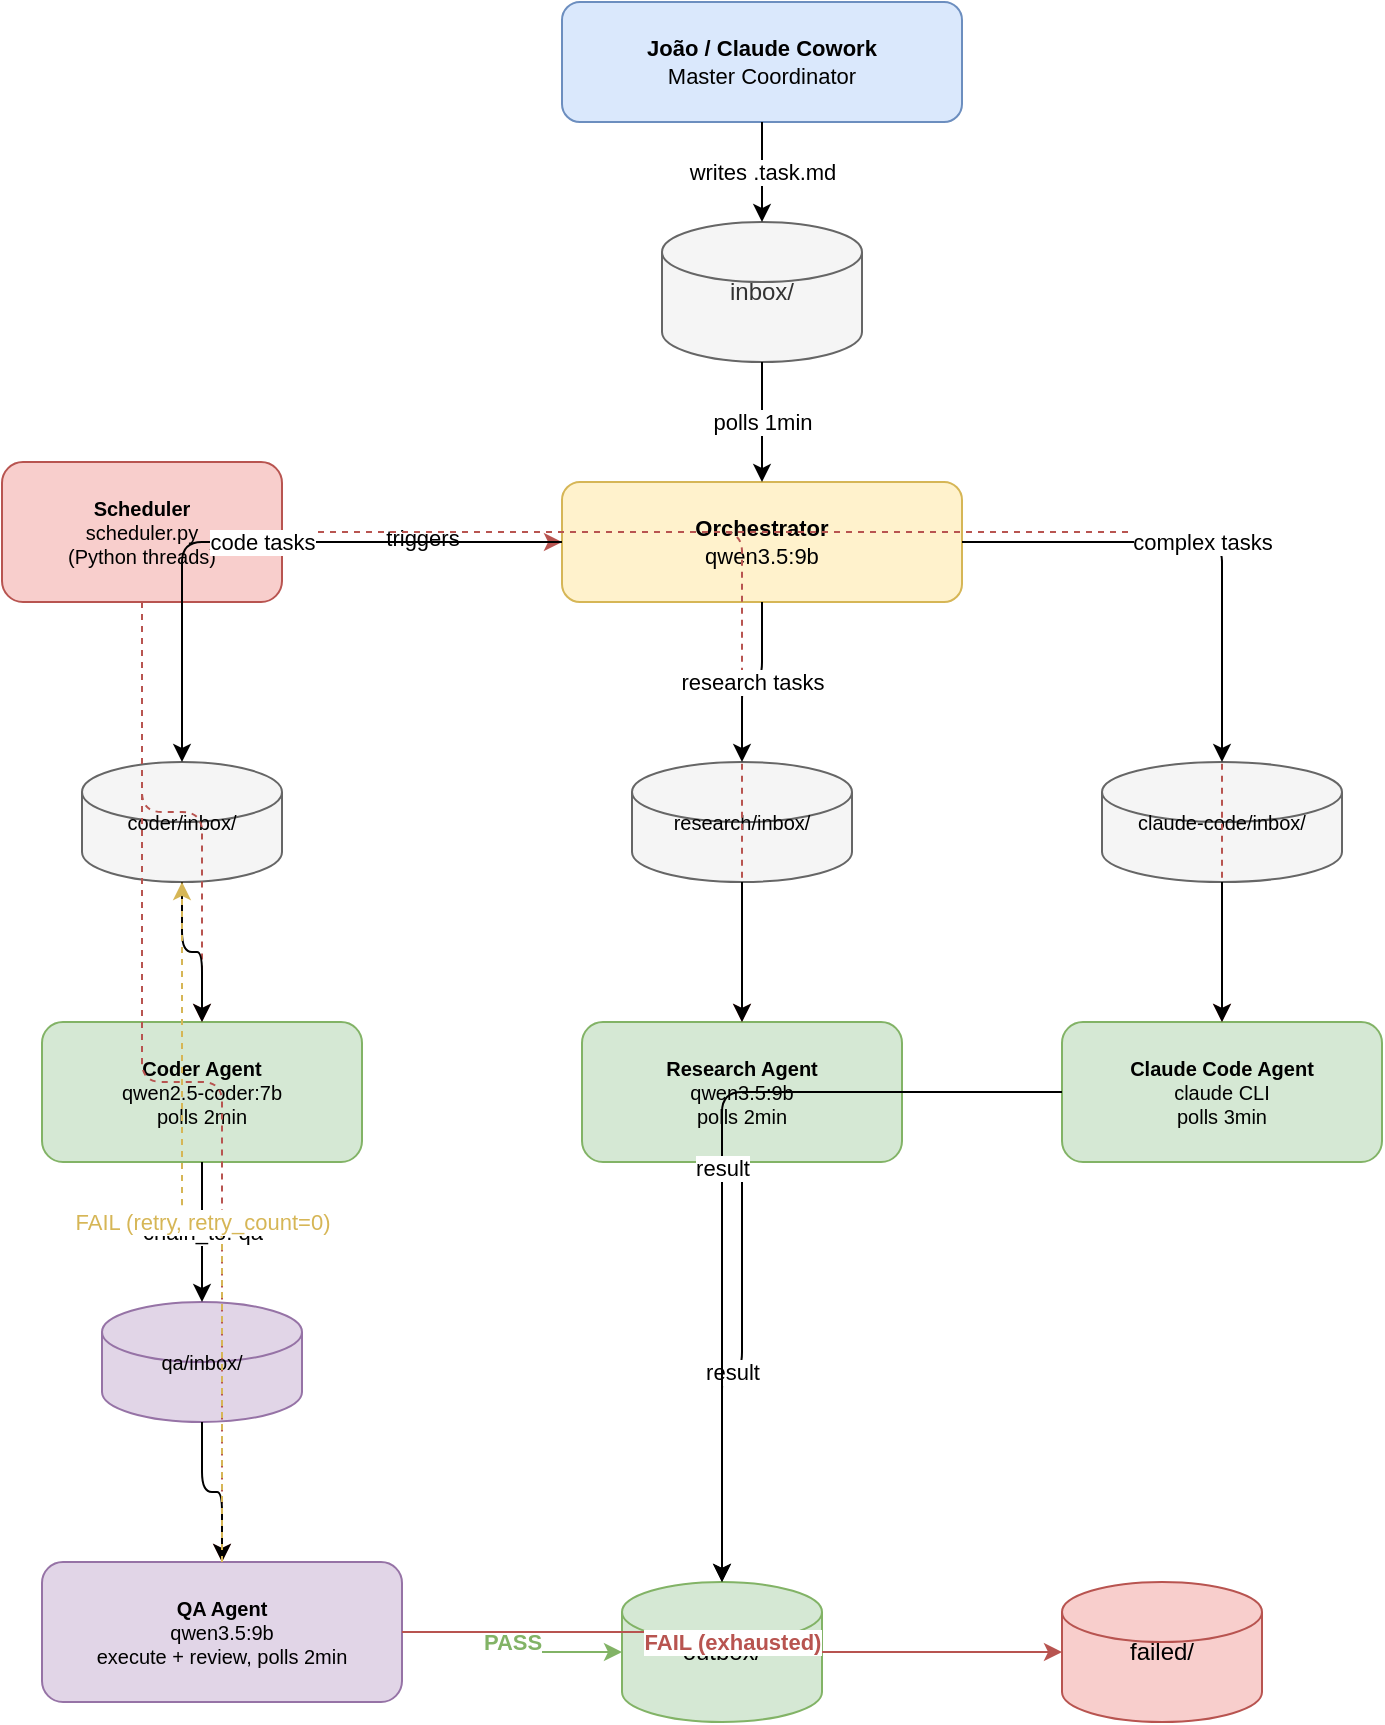
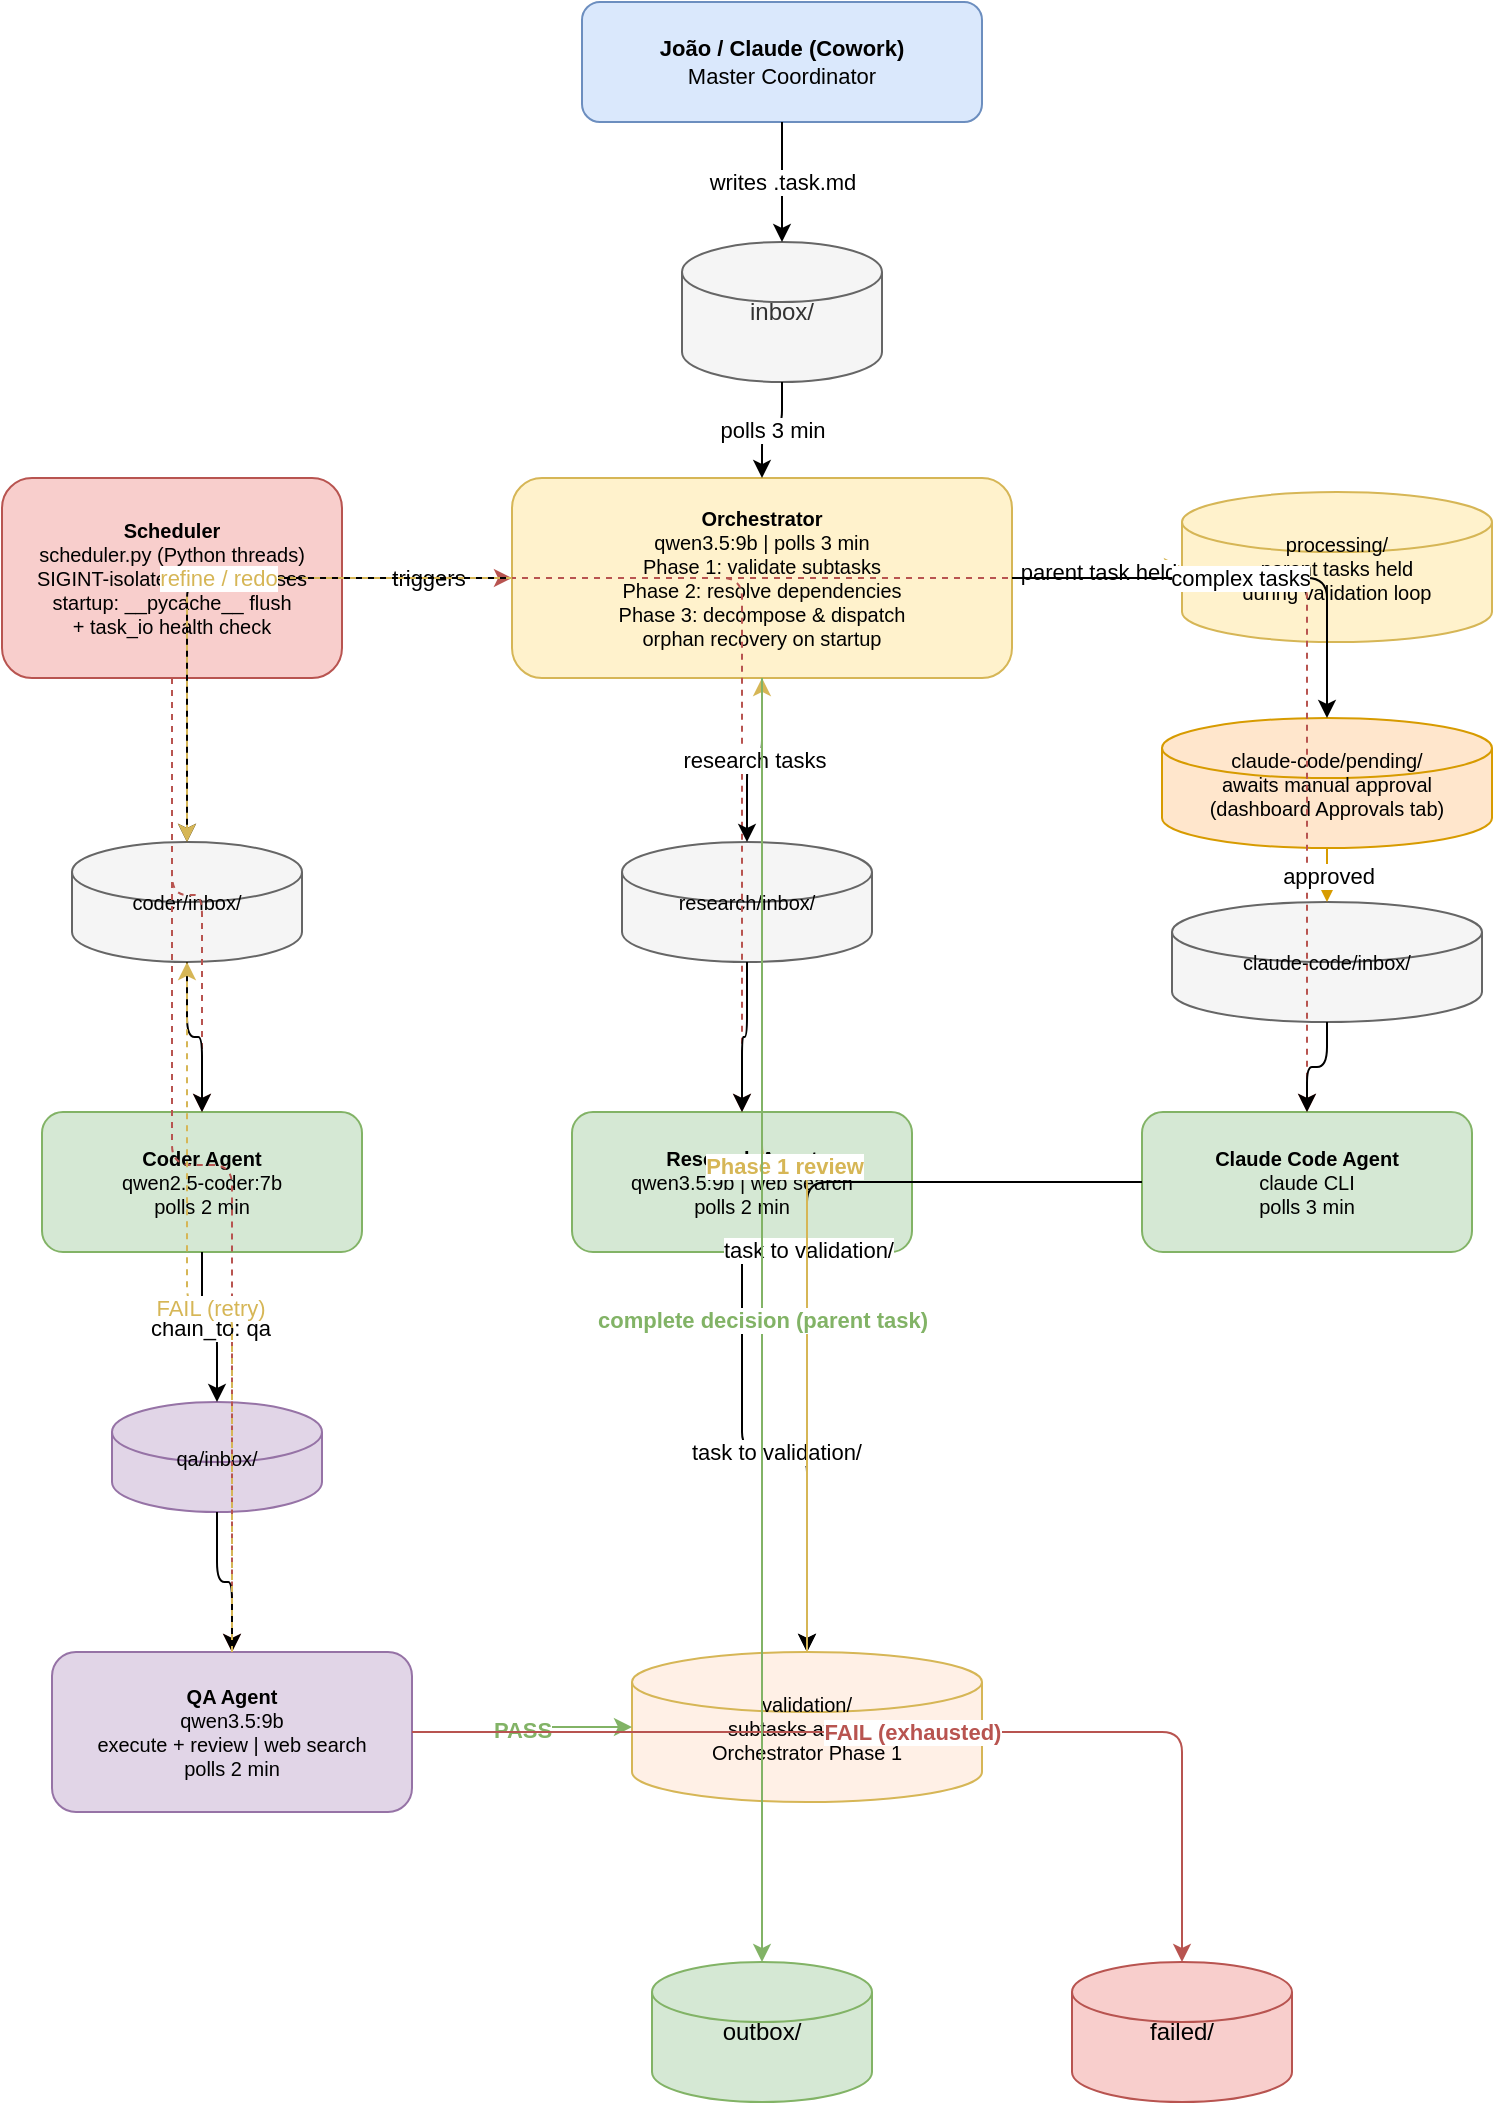
<mxfile>
  <diagram name="System Architecture" id="arch">
    <mxGraphModel adaptiveColors="auto">
      <root>
        <mxCell id="0"/>
        <mxCell id="1" parent="0"/>

-         <mxCell id="joao" value="&lt;b&gt;João / Claude Cowork&lt;/b&gt;&lt;br&gt;Master Coordinator" style="rounded=1;whiteSpace=wrap;html=1;fillColor=#dae8fc;strokeColor=#6c8ebf;fontSize=11;" vertex="1" parent="1">
+         <mxCell id="joao" value="&lt;b&gt;João / Claude (Cowork)&lt;/b&gt;&lt;br&gt;Master Coordinator" style="rounded=1;whiteSpace=wrap;html=1;fillColor=#dae8fc;strokeColor=#6c8ebf;fontSize=11;" vertex="1" parent="1">
          <mxGeometry x="320" y="40" width="200" height="60" as="geometry"/>
        </mxCell>

        <mxCell id="inbox" value="inbox/" style="shape=cylinder3;whiteSpace=wrap;html=1;fillColor=#f5f5f5;strokeColor=#666666;fontColor=#333333;" vertex="1" parent="1">
-           <mxGeometry x="370" y="150" width="100" height="70" as="geometry"/>
+           <mxGeometry x="370" y="160" width="100" height="70" as="geometry"/>
        </mxCell>

-         <mxCell id="orch" value="&lt;b&gt;Orchestrator&lt;/b&gt;&lt;br&gt;qwen3.5:9b" style="rounded=1;whiteSpace=wrap;html=1;fillColor=#fff2cc;strokeColor=#d6b656;fontSize=11;" vertex="1" parent="1">
-           <mxGeometry x="320" y="280" width="200" height="60" as="geometry"/>
+         <mxCell id="sched" value="&lt;b&gt;Scheduler&lt;/b&gt;&lt;br&gt;scheduler.py (Python threads)&lt;br&gt;SIGINT-isolated subprocesses&lt;br&gt;startup: __pycache__ flush&lt;br&gt;+ task_io health check" style="rounded=1;whiteSpace=wrap;html=1;fillColor=#f8cecc;strokeColor=#b85450;fontSize=10;" vertex="1" parent="1">
+           <mxGeometry x="30" y="278" width="170" height="100" as="geometry"/>
        </mxCell>

-         <mxCell id="sched" value="&lt;b&gt;Scheduler&lt;/b&gt;&lt;br&gt;scheduler.py&lt;br&gt;(Python threads)" style="rounded=1;whiteSpace=wrap;html=1;fillColor=#f8cecc;strokeColor=#b85450;fontSize=10;" vertex="1" parent="1">
-           <mxGeometry x="40" y="270" width="140" height="70" as="geometry"/>
+         <mxCell id="orch" value="&lt;b&gt;Orchestrator&lt;/b&gt;&lt;br&gt;qwen3.5:9b | polls 3 min&lt;br&gt;Phase 1: validate subtasks&lt;br&gt;Phase 2: resolve dependencies&lt;br&gt;Phase 3: decompose &amp;amp; dispatch&lt;br&gt;orphan recovery on startup" style="rounded=1;whiteSpace=wrap;html=1;fillColor=#fff2cc;strokeColor=#d6b656;fontSize=10;" vertex="1" parent="1">
+           <mxGeometry x="285" y="278" width="250" height="100" as="geometry"/>
+         </mxCell>
+ 
+         <mxCell id="processing" value="processing/&lt;br&gt;parent tasks held&lt;br&gt;during validation loop" style="shape=cylinder3;whiteSpace=wrap;html=1;fillColor=#fff2cc;strokeColor=#d6b656;fontSize=10;" vertex="1" parent="1">
+           <mxGeometry x="620" y="285" width="155" height="75" as="geometry"/>
        </mxCell>

        <mxCell id="coder_inbox" value="coder/inbox/" style="shape=cylinder3;whiteSpace=wrap;html=1;fillColor=#f5f5f5;strokeColor=#666666;fontSize=10;" vertex="1" parent="1">
-           <mxGeometry x="80" y="420" width="100" height="60" as="geometry"/>
+           <mxGeometry x="65" y="460" width="115" height="60" as="geometry"/>
        </mxCell>

        <mxCell id="res_inbox" value="research/inbox/" style="shape=cylinder3;whiteSpace=wrap;html=1;fillColor=#f5f5f5;strokeColor=#666666;fontSize=10;" vertex="1" parent="1">
-           <mxGeometry x="355" y="420" width="110" height="60" as="geometry"/>
+           <mxGeometry x="340" y="460" width="125" height="60" as="geometry"/>
+         </mxCell>
+ 
+         <mxCell id="pending" value="claude-code/pending/&lt;br&gt;awaits manual approval&lt;br&gt;(dashboard Approvals tab)" style="shape=cylinder3;whiteSpace=wrap;html=1;fillColor=#ffe6cc;strokeColor=#d79b00;fontSize=10;" vertex="1" parent="1">
+           <mxGeometry x="610" y="398" width="165" height="65" as="geometry"/>
        </mxCell>

        <mxCell id="cc_inbox" value="claude-code/inbox/" style="shape=cylinder3;whiteSpace=wrap;html=1;fillColor=#f5f5f5;strokeColor=#666666;fontSize=10;" vertex="1" parent="1">
-           <mxGeometry x="590" y="420" width="120" height="60" as="geometry"/>
+           <mxGeometry x="615" y="490" width="155" height="60" as="geometry"/>
        </mxCell>

-         <mxCell id="coder" value="&lt;b&gt;Coder Agent&lt;/b&gt;&lt;br&gt;qwen2.5-coder:7b&lt;br&gt;polls 2min" style="rounded=1;whiteSpace=wrap;html=1;fillColor=#d5e8d4;strokeColor=#82b366;fontSize=10;" vertex="1" parent="1">
-           <mxGeometry x="60" y="550" width="160" height="70" as="geometry"/>
+         <mxCell id="coder" value="&lt;b&gt;Coder Agent&lt;/b&gt;&lt;br&gt;qwen2.5-coder:7b&lt;br&gt;polls 2 min" style="rounded=1;whiteSpace=wrap;html=1;fillColor=#d5e8d4;strokeColor=#82b366;fontSize=10;" vertex="1" parent="1">
+           <mxGeometry x="50" y="595" width="160" height="70" as="geometry"/>
        </mxCell>

-         <mxCell id="research" value="&lt;b&gt;Research Agent&lt;/b&gt;&lt;br&gt;qwen3.5:9b&lt;br&gt;polls 2min" style="rounded=1;whiteSpace=wrap;html=1;fillColor=#d5e8d4;strokeColor=#82b366;fontSize=10;" vertex="1" parent="1">
-           <mxGeometry x="330" y="550" width="160" height="70" as="geometry"/>
+         <mxCell id="research" value="&lt;b&gt;Research Agent&lt;/b&gt;&lt;br&gt;qwen3.5:9b | web search&lt;br&gt;polls 2 min" style="rounded=1;whiteSpace=wrap;html=1;fillColor=#d5e8d4;strokeColor=#82b366;fontSize=10;" vertex="1" parent="1">
+           <mxGeometry x="315" y="595" width="170" height="70" as="geometry"/>
        </mxCell>

-         <mxCell id="cc" value="&lt;b&gt;Claude Code Agent&lt;/b&gt;&lt;br&gt;claude CLI&lt;br&gt;polls 3min" style="rounded=1;whiteSpace=wrap;html=1;fillColor=#d5e8d4;strokeColor=#82b366;fontSize=10;" vertex="1" parent="1">
-           <mxGeometry x="570" y="550" width="160" height="70" as="geometry"/>
+         <mxCell id="cc" value="&lt;b&gt;Claude Code Agent&lt;/b&gt;&lt;br&gt;claude CLI&lt;br&gt;polls 3 min" style="rounded=1;whiteSpace=wrap;html=1;fillColor=#d5e8d4;strokeColor=#82b366;fontSize=10;" vertex="1" parent="1">
+           <mxGeometry x="600" y="595" width="165" height="70" as="geometry"/>
        </mxCell>

        <mxCell id="qa_inbox" value="qa/inbox/" style="shape=cylinder3;whiteSpace=wrap;html=1;fillColor=#e1d5e7;strokeColor=#9673a6;fontSize=10;" vertex="1" parent="1">
-           <mxGeometry x="90" y="690" width="100" height="60" as="geometry"/>
+           <mxGeometry x="85" y="740" width="105" height="55" as="geometry"/>
        </mxCell>

-         <mxCell id="qa" value="&lt;b&gt;QA Agent&lt;/b&gt;&lt;br&gt;qwen3.5:9b&lt;br&gt;execute + review, polls 2min" style="rounded=1;whiteSpace=wrap;html=1;fillColor=#e1d5e7;strokeColor=#9673a6;fontSize=10;" vertex="1" parent="1">
-           <mxGeometry x="60" y="820" width="180" height="70" as="geometry"/>
+         <mxCell id="qa" value="&lt;b&gt;QA Agent&lt;/b&gt;&lt;br&gt;qwen3.5:9b&lt;br&gt;execute + review | web search&lt;br&gt;polls 2 min" style="rounded=1;whiteSpace=wrap;html=1;fillColor=#e1d5e7;strokeColor=#9673a6;fontSize=10;" vertex="1" parent="1">
+           <mxGeometry x="55" y="865" width="180" height="80" as="geometry"/>
+         </mxCell>
+ 
+         <mxCell id="validation" value="validation/&lt;br&gt;subtasks awaiting&lt;br&gt;Orchestrator Phase 1" style="shape=cylinder3;whiteSpace=wrap;html=1;fillColor=#fff0e6;strokeColor=#d6b656;fontSize=10;" vertex="1" parent="1">
+           <mxGeometry x="345" y="865" width="175" height="75" as="geometry"/>
        </mxCell>

        <mxCell id="outbox" value="outbox/" style="shape=cylinder3;whiteSpace=wrap;html=1;fillColor=#d5e8d4;strokeColor=#82b366;" vertex="1" parent="1">
-           <mxGeometry x="350" y="830" width="100" height="70" as="geometry"/>
+           <mxGeometry x="355" y="1020" width="110" height="70" as="geometry"/>
        </mxCell>

        <mxCell id="failed" value="failed/" style="shape=cylinder3;whiteSpace=wrap;html=1;fillColor=#f8cecc;strokeColor=#b85450;" vertex="1" parent="1">
-           <mxGeometry x="570" y="830" width="100" height="70" as="geometry"/>
+           <mxGeometry x="565" y="1020" width="110" height="70" as="geometry"/>
        </mxCell>

        <mxCell id="e_joao_inbox" value="writes .task.md" style="edgeStyle=orthogonalEdgeStyle;html=1;" edge="1" source="joao" target="inbox" parent="1">
          <mxGeometry relative="1" as="geometry"/>
        </mxCell>

-         <mxCell id="e_inbox_orch" value="polls 1min" style="edgeStyle=orthogonalEdgeStyle;html=1;" edge="1" source="inbox" target="orch" parent="1">
+         <mxCell id="e_inbox_orch" value="polls 3 min" style="edgeStyle=orthogonalEdgeStyle;html=1;" edge="1" source="inbox" target="orch" parent="1">
+           <mxGeometry relative="1" as="geometry"/>
+         </mxCell>
+ 
+         <mxCell id="e_orch_proc" value="parent task held" style="edgeStyle=orthogonalEdgeStyle;html=1;strokeColor=#d6b656;" edge="1" source="orch" target="processing" parent="1">
          <mxGeometry relative="1" as="geometry"/>
        </mxCell>

        <mxCell id="e_sched_orch" value="triggers" style="edgeStyle=orthogonalEdgeStyle;html=1;dashed=1;strokeColor=#b85450;" edge="1" source="sched" target="orch" parent="1">
          <mxGeometry relative="1" as="geometry"/>
        </mxCell>

        <mxCell id="e_sched_coder" value="" style="edgeStyle=orthogonalEdgeStyle;html=1;dashed=1;strokeColor=#b85450;" edge="1" source="sched" target="coder" parent="1">
          <mxGeometry relative="1" as="geometry"/>
        </mxCell>

        <mxCell id="e_sched_res" value="" style="edgeStyle=orthogonalEdgeStyle;html=1;dashed=1;strokeColor=#b85450;" edge="1" source="sched" target="research" parent="1">
          <mxGeometry relative="1" as="geometry"/>
        </mxCell>

        <mxCell id="e_sched_cc" value="" style="edgeStyle=orthogonalEdgeStyle;html=1;dashed=1;strokeColor=#b85450;" edge="1" source="sched" target="cc" parent="1">
          <mxGeometry relative="1" as="geometry"/>
        </mxCell>

        <mxCell id="e_sched_qa" value="" style="edgeStyle=orthogonalEdgeStyle;html=1;dashed=1;strokeColor=#b85450;" edge="1" source="sched" target="qa" parent="1">
          <mxGeometry relative="1" as="geometry"/>
        </mxCell>

        <mxCell id="e_orch_coder" value="code tasks" style="edgeStyle=orthogonalEdgeStyle;html=1;" edge="1" source="orch" target="coder_inbox" parent="1">
          <mxGeometry relative="1" as="geometry"/>
        </mxCell>

        <mxCell id="e_orch_res" value="research tasks" style="edgeStyle=orthogonalEdgeStyle;html=1;" edge="1" source="orch" target="res_inbox" parent="1">
          <mxGeometry relative="1" as="geometry"/>
        </mxCell>

-         <mxCell id="e_orch_cc" value="complex tasks" style="edgeStyle=orthogonalEdgeStyle;html=1;" edge="1" source="orch" target="cc_inbox" parent="1">
+         <mxCell id="e_orch_pending" value="complex tasks" style="edgeStyle=orthogonalEdgeStyle;html=1;" edge="1" source="orch" target="pending" parent="1">
+           <mxGeometry relative="1" as="geometry"/>
+         </mxCell>
+ 
+         <mxCell id="e_pending_cc" value="approved" style="edgeStyle=orthogonalEdgeStyle;html=1;strokeColor=#d79b00;" edge="1" source="pending" target="cc_inbox" parent="1">
          <mxGeometry relative="1" as="geometry"/>
        </mxCell>

        <mxCell id="e_cinbox_coder" value="" style="edgeStyle=orthogonalEdgeStyle;html=1;" edge="1" source="coder_inbox" target="coder" parent="1">
          <mxGeometry relative="1" as="geometry"/>
        </mxCell>

        <mxCell id="e_rinbox_res" value="" style="edgeStyle=orthogonalEdgeStyle;html=1;" edge="1" source="res_inbox" target="research" parent="1">
          <mxGeometry relative="1" as="geometry"/>
        </mxCell>

        <mxCell id="e_ccinbox_cc" value="" style="edgeStyle=orthogonalEdgeStyle;html=1;" edge="1" source="cc_inbox" target="cc" parent="1">
          <mxGeometry relative="1" as="geometry"/>
        </mxCell>

        <mxCell id="e_coder_qa" value="chain_to: qa" style="edgeStyle=orthogonalEdgeStyle;html=1;" edge="1" source="coder" target="qa_inbox" parent="1">
          <mxGeometry relative="1" as="geometry"/>
        </mxCell>

        <mxCell id="e_qainbox_qa" value="" style="edgeStyle=orthogonalEdgeStyle;html=1;" edge="1" source="qa_inbox" target="qa" parent="1">
          <mxGeometry relative="1" as="geometry"/>
        </mxCell>

-         <mxCell id="e_qa_pass" value="PASS" style="edgeStyle=orthogonalEdgeStyle;html=1;strokeColor=#82b366;fontColor=#82b366;fontStyle=1;" edge="1" source="qa" target="outbox" parent="1">
+         <mxCell id="e_qa_valid" value="PASS" style="edgeStyle=orthogonalEdgeStyle;html=1;strokeColor=#82b366;fontColor=#82b366;fontStyle=1;" edge="1" source="qa" target="validation" parent="1">
          <mxGeometry relative="1" as="geometry"/>
        </mxCell>

        <mxCell id="e_qa_fail" value="FAIL (exhausted)" style="edgeStyle=orthogonalEdgeStyle;html=1;strokeColor=#b85450;fontColor=#b85450;fontStyle=1;" edge="1" source="qa" target="failed" parent="1">
          <mxGeometry relative="1" as="geometry"/>
        </mxCell>

-         <mxCell id="e_qa_retry" value="FAIL (retry, retry_count=0)" style="edgeStyle=orthogonalEdgeStyle;html=1;dashed=1;strokeColor=#d6b656;fontColor=#d6b656;" edge="1" source="qa" target="coder_inbox" parent="1">
+         <mxCell id="e_qa_retry" value="FAIL (retry)" style="edgeStyle=orthogonalEdgeStyle;html=1;dashed=1;strokeColor=#d6b656;fontColor=#d6b656;" edge="1" source="qa" target="coder_inbox" parent="1">
          <mxGeometry relative="1" as="geometry"/>
        </mxCell>

-         <mxCell id="e_res_out" value="result" style="edgeStyle=orthogonalEdgeStyle;html=1;" edge="1" source="research" target="outbox" parent="1">
+         <mxCell id="e_res_valid" value="task to validation/" style="edgeStyle=orthogonalEdgeStyle;html=1;" edge="1" source="research" target="validation" parent="1">
          <mxGeometry relative="1" as="geometry"/>
        </mxCell>

-         <mxCell id="e_cc_out" value="result" style="edgeStyle=orthogonalEdgeStyle;html=1;" edge="1" source="cc" target="outbox" parent="1">
+         <mxCell id="e_cc_valid" value="task to validation/" style="edgeStyle=orthogonalEdgeStyle;html=1;" edge="1" source="cc" target="validation" parent="1">
+           <mxGeometry relative="1" as="geometry"/>
+         </mxCell>
+ 
+         <mxCell id="e_valid_orch" value="Phase 1 review" style="edgeStyle=orthogonalEdgeStyle;html=1;strokeColor=#d6b656;fontColor=#d6b656;fontStyle=1;" edge="1" source="validation" target="orch" parent="1">
+           <mxGeometry relative="1" as="geometry"/>
+         </mxCell>
+ 
+         <mxCell id="e_orch_outbox" value="complete decision (parent task)" style="edgeStyle=orthogonalEdgeStyle;html=1;strokeColor=#82b366;fontColor=#82b366;fontStyle=1;" edge="1" source="orch" target="outbox" parent="1">
+           <mxGeometry relative="1" as="geometry"/>
+         </mxCell>
+ 
+         <mxCell id="e_orch_refine" value="refine / redo" style="edgeStyle=orthogonalEdgeStyle;html=1;dashed=1;strokeColor=#d6b656;fontColor=#d6b656;" edge="1" source="orch" target="coder_inbox" parent="1">
          <mxGeometry relative="1" as="geometry"/>
        </mxCell>

      </root>
    </mxGraphModel>
  </diagram>
- </mxfile>
+ </mxfile>